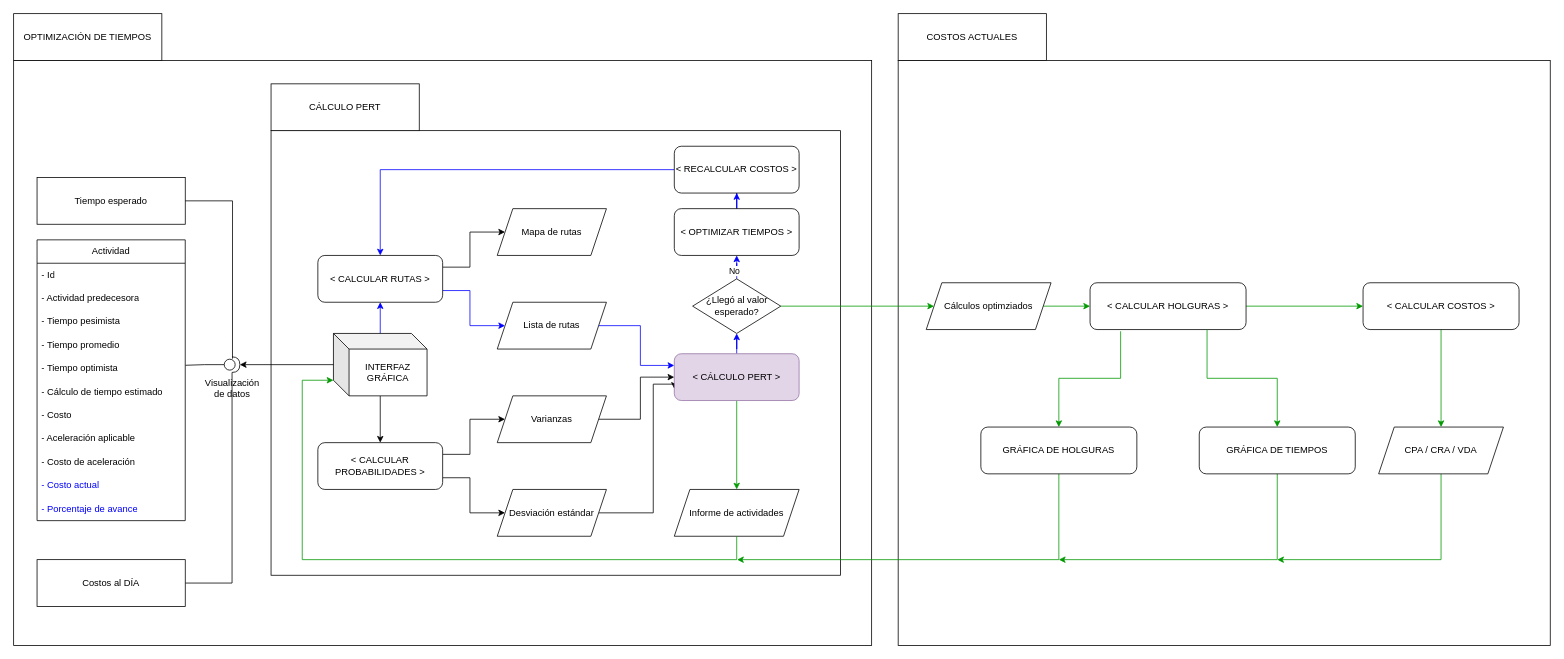
Earlier version of the draw.io diagram Diseño/Diseño - Entendiendo PERT.drawio (jctrejosi/PERT-Solver). Source tidied: cells renumbered, new cells numbered last; positions are measured from the earlier drawing's top-left corner, leaving out a move shared by most shapes. Both pictures are drawn from the tidied source at 78%, with x=0, y=0 at pixel (13, 13).
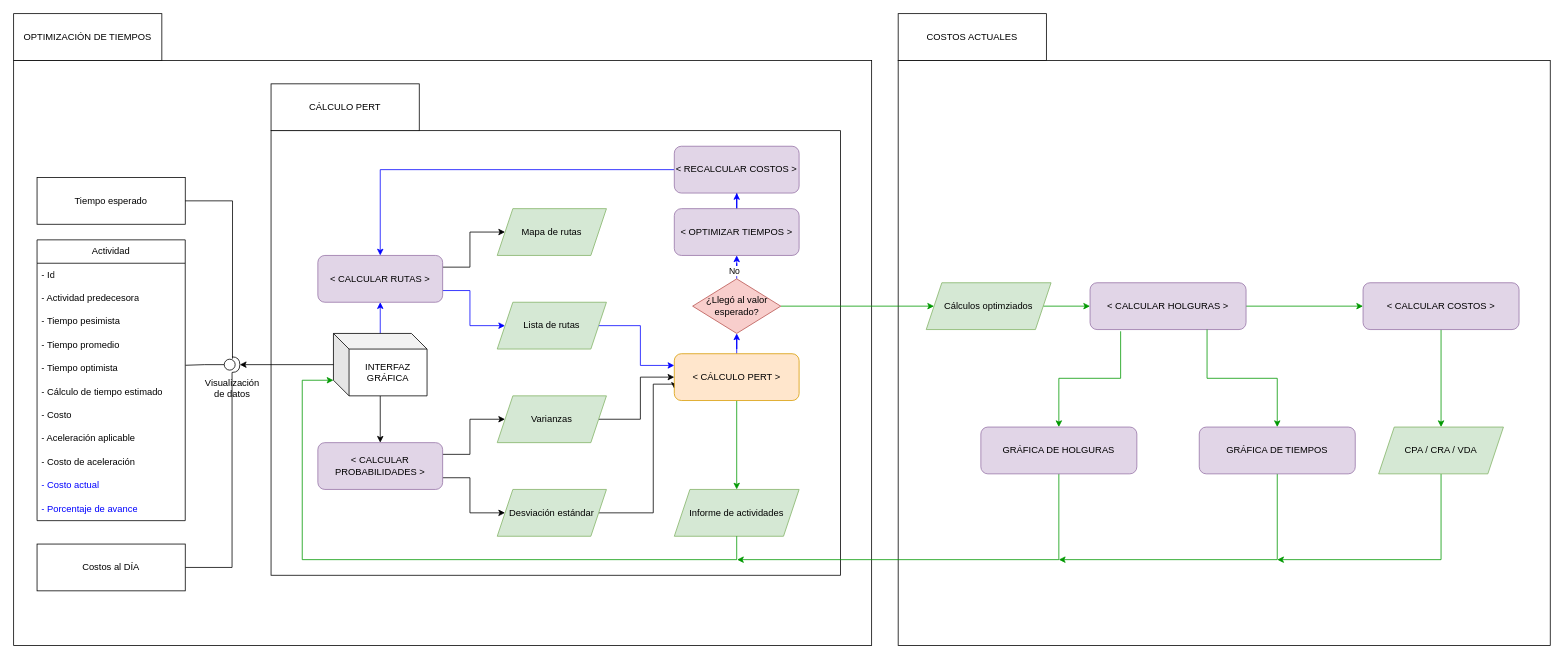
The same page after the edit.

Commit message:
Fix design styles

Diff of the diagram source:
```diff
@@
-    <mxCell id="7" value="&amp;lt; CALCULAR RUTAS &amp;gt;" style="rounded=1;whiteSpace=wrap;html=1;" parent="1" vertex="1">
+    <mxCell id="7" value="&amp;lt; CALCULAR RUTAS &amp;gt;" style="rounded=1;whiteSpace=wrap;html=1;fillColor=#e1d5e7;strokeColor=#9673a6;" parent="1" vertex="1">
       <mxGeometry x="390" y="310" width="160" height="60" as="geometry" />
     </mxCell>
-    <mxCell id="8" value="Mapa de rutas" style="shape=parallelogram;perimeter=parallelogramPerimeter;whiteSpace=wrap;html=1;fixedSize=1;" parent="1" vertex="1">
+    <mxCell id="8" value="Mapa de rutas" style="shape=parallelogram;perimeter=parallelogramPerimeter;whiteSpace=wrap;html=1;fixedSize=1;fillColor=#d5e8d4;strokeColor=#82b366;" parent="1" vertex="1">
       <mxGeometry x="620" y="250" width="140" height="60" as="geometry" />
     </mxCell>
@@
-    <mxCell id="10" value="Lista de rutas" style="shape=parallelogram;perimeter=parallelogramPerimeter;whiteSpace=wrap;html=1;fixedSize=1;" parent="1" vertex="1">
+    <mxCell id="10" value="Lista de rutas" style="shape=parallelogram;perimeter=parallelogramPerimeter;whiteSpace=wrap;html=1;fixedSize=1;fillColor=#d5e8d4;strokeColor=#82b366;" parent="1" vertex="1">
       <mxGeometry x="620" y="370" width="140" height="60" as="geometry" />
     </mxCell>
@@
-    <mxCell id="26" value="&amp;lt; CALCULAR PROBABILIDADES &amp;gt;" style="rounded=1;whiteSpace=wrap;html=1;" parent="1" vertex="1">
+    <mxCell id="26" value="&amp;lt; CALCULAR PROBABILIDADES &amp;gt;" style="rounded=1;whiteSpace=wrap;html=1;fillColor=#e1d5e7;strokeColor=#9673a6;" parent="1" vertex="1">
       <mxGeometry x="390" y="550" width="160" height="60" as="geometry" />
     </mxCell>
@@
-    <mxCell id="28" value="Varianzas" style="shape=parallelogram;perimeter=parallelogramPerimeter;whiteSpace=wrap;html=1;fixedSize=1;" parent="1" vertex="1">
+    <mxCell id="28" value="Varianzas" style="shape=parallelogram;perimeter=parallelogramPerimeter;whiteSpace=wrap;html=1;fixedSize=1;fillColor=#d5e8d4;strokeColor=#82b366;" parent="1" vertex="1">
       <mxGeometry x="620" y="490" width="140" height="60" as="geometry" />
     </mxCell>
@@
-    <mxCell id="30" value="Desviación estándar" style="shape=parallelogram;perimeter=parallelogramPerimeter;whiteSpace=wrap;html=1;fixedSize=1;" parent="1" vertex="1">
+    <mxCell id="30" value="Desviación estándar" style="shape=parallelogram;perimeter=parallelogramPerimeter;whiteSpace=wrap;html=1;fixedSize=1;fillColor=#d5e8d4;strokeColor=#82b366;" parent="1" vertex="1">
       <mxGeometry x="620" y="610" width="140" height="60" as="geometry" />
     </mxCell>
@@
-    <mxCell id="33" value="&amp;lt; CÁLCULO PERT &amp;gt;" style="rounded=1;whiteSpace=wrap;html=1;fillColor=#e1d5e7;strokeColor=#9673a6;" parent="1" vertex="1">
+    <mxCell id="33" value="&amp;lt; CÁLCULO PERT &amp;gt;" style="rounded=1;whiteSpace=wrap;html=1;fillColor=#ffe6cc;strokeColor=#d79b00;" parent="1" vertex="1">
       <mxGeometry x="847" y="436" width="160" height="60" as="geometry" />
     </mxCell>
@@
-    <mxCell id="35" value="&amp;lt; OPTIMIZAR TIEMPOS &amp;gt;" style="rounded=1;whiteSpace=wrap;html=1;" parent="1" vertex="1">
+    <mxCell id="35" value="&amp;lt; OPTIMIZAR TIEMPOS &amp;gt;" style="rounded=1;whiteSpace=wrap;html=1;fillColor=#e1d5e7;strokeColor=#9673a6;" parent="1" vertex="1">
       <mxGeometry x="847" y="250" width="160" height="60" as="geometry" />
     </mxCell>
@@
-    <mxCell id="37" value="&amp;lt; RECALCULAR COSTOS &amp;gt;" style="rounded=1;whiteSpace=wrap;html=1;" parent="1" vertex="1">
+    <mxCell id="37" value="&amp;lt; RECALCULAR COSTOS &amp;gt;" style="rounded=1;whiteSpace=wrap;html=1;fillColor=#e1d5e7;strokeColor=#9673a6;" parent="1" vertex="1">
       <mxGeometry x="847" y="170" width="160" height="60" as="geometry" />
     </mxCell>
-    <mxCell id="38" value="Informe de actividades" style="shape=parallelogram;perimeter=parallelogramPerimeter;whiteSpace=wrap;html=1;fixedSize=1;" parent="1" vertex="1">
+    <mxCell id="38" value="Informe de actividades" style="shape=parallelogram;perimeter=parallelogramPerimeter;whiteSpace=wrap;html=1;fixedSize=1;fillColor=#d5e8d4;strokeColor=#82b366;" parent="1" vertex="1">
       <mxGeometry x="847" y="610" width="160" height="60" as="geometry" />
     </mxCell>
@@
     <mxCell id="50" value="Costos al DÍA" style="rounded=0;whiteSpace=wrap;html=1;" parent="1" vertex="1">
-      <mxGeometry x="30" y="700" width="190" height="60" as="geometry" />
+      <mxGeometry x="30" y="680" width="190" height="60" as="geometry" />
     </mxCell>
@@
-    <mxCell id="52" value="Cálculos optimziados" style="shape=parallelogram;perimeter=parallelogramPerimeter;whiteSpace=wrap;html=1;fixedSize=1;" parent="1" vertex="1">
+    <mxCell id="52" value="Cálculos optimziados" style="shape=parallelogram;perimeter=parallelogramPerimeter;whiteSpace=wrap;html=1;fixedSize=1;fillColor=#d5e8d4;strokeColor=#82b366;" parent="1" vertex="1">
       <mxGeometry x="1170" y="345" width="160" height="60" as="geometry" />
     </mxCell>
@@
-    <mxCell id="56" value="&amp;lt; CALCULAR HOLGURAS &amp;gt;" style="rounded=1;whiteSpace=wrap;html=1;" parent="1" vertex="1">
+    <mxCell id="56" value="&amp;lt; CALCULAR HOLGURAS &amp;gt;" style="rounded=1;whiteSpace=wrap;html=1;fillColor=#e1d5e7;strokeColor=#9673a6;" parent="1" vertex="1">
       <mxGeometry x="1380" y="345" width="200" height="60" as="geometry" />
     </mxCell>
@@
-    <mxCell id="58" value="GRÁFICA DE HOLGURAS" style="rounded=1;whiteSpace=wrap;html=1;" parent="1" vertex="1">
+    <mxCell id="58" value="GRÁFICA DE HOLGURAS" style="rounded=1;whiteSpace=wrap;html=1;fillColor=#e1d5e7;strokeColor=#9673a6;" parent="1" vertex="1">
       <mxGeometry x="1240" y="530" width="200" height="60" as="geometry" />
     </mxCell>
@@
-    <mxCell id="62" value="¿Llegó al valor esperado?" style="rhombus;whiteSpace=wrap;html=1;" parent="1" vertex="1">
+    <mxCell id="62" value="¿Llegó al valor esperado?" style="rhombus;whiteSpace=wrap;html=1;fillColor=#f8cecc;strokeColor=#b85450;" parent="1" vertex="1">
       <mxGeometry x="870.5" y="340" width="113" height="70" as="geometry" />
     </mxCell>
@@
-    <mxCell id="65" value="GRÁFICA DE TIEMPOS" style="rounded=1;whiteSpace=wrap;html=1;" parent="1" vertex="1">
+    <mxCell id="65" value="GRÁFICA DE TIEMPOS" style="rounded=1;whiteSpace=wrap;html=1;fillColor=#e1d5e7;strokeColor=#9673a6;" parent="1" vertex="1">
       <mxGeometry x="1520" y="530" width="200" height="60" as="geometry" />
     </mxCell>
@@
-    <mxCell id="68" value="&amp;lt; CALCULAR COSTOS &amp;gt;" style="rounded=1;whiteSpace=wrap;html=1;" parent="1" vertex="1">
+    <mxCell id="68" value="&amp;lt; CALCULAR COSTOS &amp;gt;" style="rounded=1;whiteSpace=wrap;html=1;fillColor=#e1d5e7;strokeColor=#9673a6;" parent="1" vertex="1">
       <mxGeometry x="1730" y="345" width="200" height="60" as="geometry" />
     </mxCell>
-    <mxCell id="69" value="CPA / CRA / VDA" style="shape=parallelogram;perimeter=parallelogramPerimeter;whiteSpace=wrap;html=1;fixedSize=1;" parent="1" vertex="1">
+    <mxCell id="69" value="CPA / CRA / VDA" style="shape=parallelogram;perimeter=parallelogramPerimeter;whiteSpace=wrap;html=1;fixedSize=1;fillColor=#d5e8d4;strokeColor=#82b366;" parent="1" vertex="1">
       <mxGeometry x="1750" y="530" width="160" height="60" as="geometry" />
     </mxCell>
```
